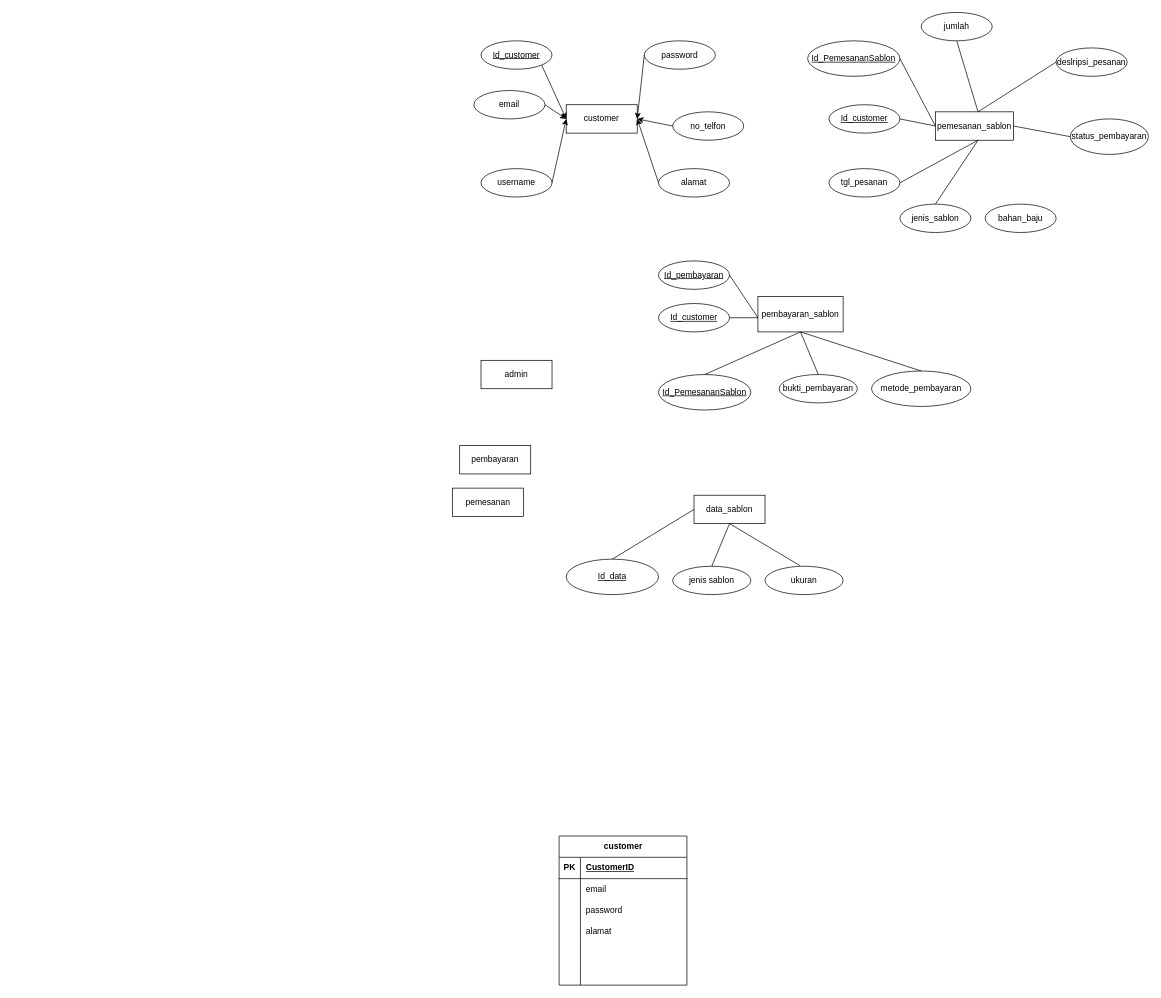
zzarr/SC keeps this draw.io diagram as ERD projek 1.drawio. Above is the earlier version. Source tidied: cells renumbered, new cells numbered last; positions are measured from the earlier drawing's top-left corner, leaving out a move shared by most shapes. Both pictures are drawn from the tidied source at 71%, with x=0, y=0 at pixel (452, 12).
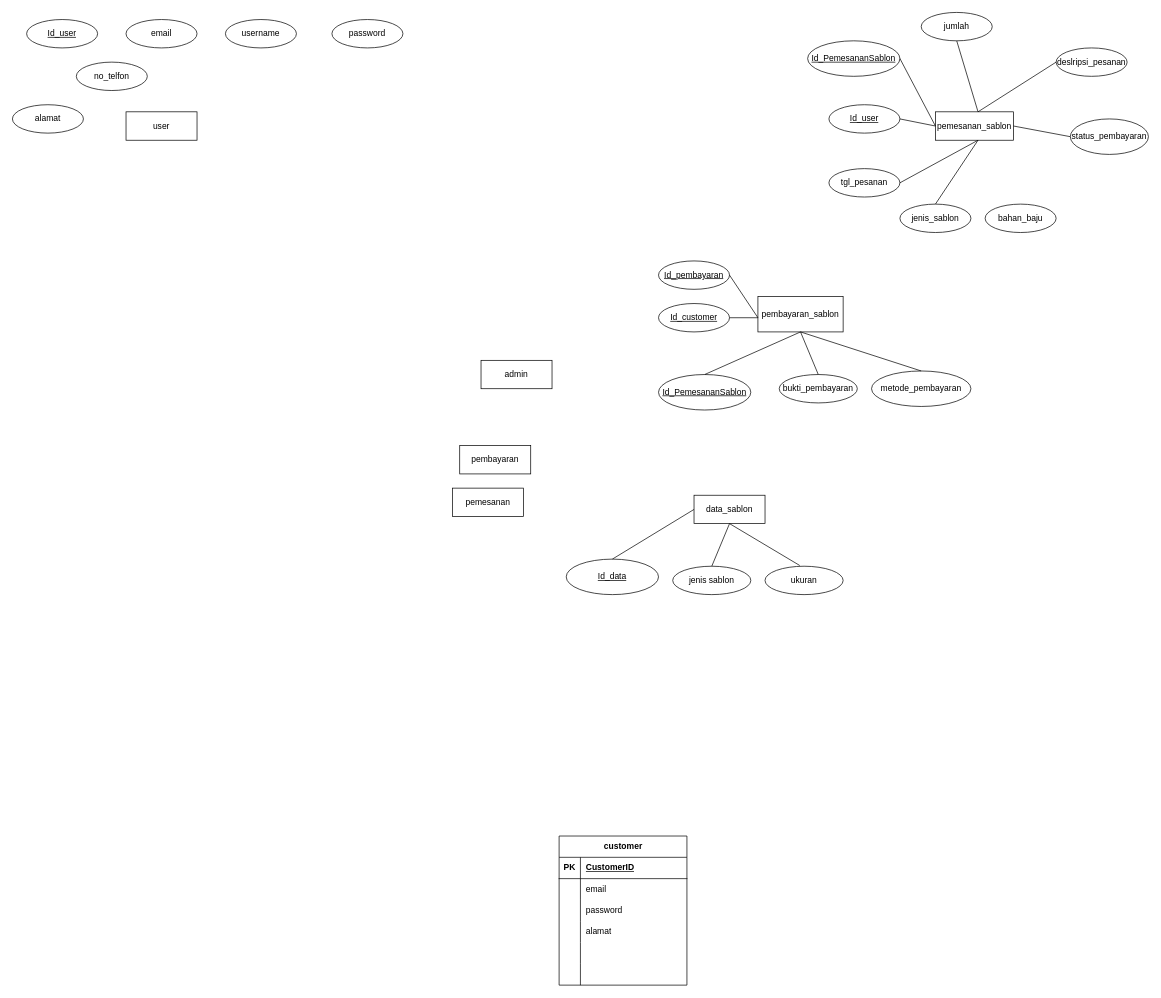
After the change.

What changed in the source:
```diff
@@
-    <mxCell id="2" value="customer&lt;br&gt;" style="whiteSpace=wrap;html=1;align=center;" parent="1" vertex="1">
-      <mxGeometry x="160" y="130" width="100" height="40" as="geometry" />
+    <mxCell id="2" value="user" style="whiteSpace=wrap;html=1;align=center;" parent="1" vertex="1">
+      <mxGeometry x="-460" y="140" width="100" height="40" as="geometry" />
     </mxCell>
@@
-    <mxCell id="28" style="rounded=0;jettySize=auto;html=1;exitX=1;exitY=1;exitDx=0;exitDy=0;entryX=0;entryY=0.5;entryDx=0;entryDy=0;" parent="1" edge="1" source="29" target="2">
-      <mxGeometry relative="1" as="geometry" />
-    </mxCell>
-    <mxCell id="29" value="Id_customer" style="ellipse;whiteSpace=wrap;html=1;align=center;fontStyle=4;" parent="1" vertex="1">
-      <mxGeometry x="40" y="40" width="100" height="40" as="geometry" />
+    <mxCell id="29" value="Id_user" style="ellipse;whiteSpace=wrap;html=1;align=center;fontStyle=4;" parent="1" vertex="1">
+      <mxGeometry x="-600" y="10" width="100" height="40" as="geometry" />
     </mxCell>
-    <mxCell id="30" style="rounded=0;jettySize=auto;html=1;exitX=1;exitY=0.5;exitDx=0;exitDy=0;entryX=0;entryY=0.5;entryDx=0;entryDy=0;" parent="1" edge="1" source="31" target="2">
-      <mxGeometry relative="1" as="geometry" />
-    </mxCell>
     <mxCell id="31" value="username" style="ellipse;whiteSpace=wrap;html=1;align=center;" parent="1" vertex="1">
-      <mxGeometry x="40" y="220" width="100" height="40" as="geometry" />
+      <mxGeometry x="-320" y="10" width="100" height="40" as="geometry" />
     </mxCell>
-    <mxCell id="32" style="rounded=0;jettySize=auto;html=1;exitX=1;exitY=0.5;exitDx=0;exitDy=0;entryX=0;entryY=0.5;entryDx=0;entryDy=0;" parent="1" edge="1" source="33" target="2">
-      <mxGeometry relative="1" as="geometry" />
-    </mxCell>
     <mxCell id="33" value="email" style="ellipse;whiteSpace=wrap;html=1;align=center;" parent="1" vertex="1">
-      <mxGeometry x="30" y="110" width="100" height="40" as="geometry" />
+      <mxGeometry x="-460" y="10" width="100" height="40" as="geometry" />
     </mxCell>
-    <mxCell id="34" style="rounded=0;jettySize=auto;html=1;exitX=0;exitY=0.5;exitDx=0;exitDy=0;entryX=1;entryY=0.5;entryDx=0;entryDy=0;" parent="1" edge="1" source="35" target="2">
-      <mxGeometry relative="1" as="geometry" />
-    </mxCell>
     <mxCell id="35" value="password" style="ellipse;whiteSpace=wrap;html=1;align=center;" parent="1" vertex="1">
-      <mxGeometry x="270" y="40" width="100" height="40" as="geometry" />
+      <mxGeometry x="-170" y="10" width="100" height="40" as="geometry" />
     </mxCell>
-    <mxCell id="36" style="rounded=0;jettySize=auto;html=1;exitX=0;exitY=0.5;exitDx=0;exitDy=0;entryX=1;entryY=0.5;entryDx=0;entryDy=0;" parent="1" edge="1" source="37" target="2">
-      <mxGeometry relative="1" as="geometry" />
-    </mxCell>
     <mxCell id="37" value="alamat" style="ellipse;whiteSpace=wrap;html=1;align=center;" parent="1" vertex="1">
-      <mxGeometry x="290" y="220" width="100" height="40" as="geometry" />
+      <mxGeometry x="-620" y="130" width="100" height="40" as="geometry" />
     </mxCell>
-    <mxCell id="38" style="rounded=0;jettySize=auto;html=1;exitX=0;exitY=0.5;exitDx=0;exitDy=0;" parent="1" edge="1" source="39">
-      <mxGeometry relative="1" as="geometry">
-        <mxPoint x="260" y="150" as="targetPoint" />
-      </mxGeometry>
-    </mxCell>
     <mxCell id="39" value="no_telfon" style="ellipse;whiteSpace=wrap;html=1;align=center;" parent="1" vertex="1">
-      <mxGeometry x="310" y="140" width="100" height="40" as="geometry" />
+      <mxGeometry x="-530" y="70" width="100" height="40" as="geometry" />
     </mxCell>
@@
-    <mxCell id="46" value="Id_customer" style="ellipse;whiteSpace=wrap;html=1;align=center;fontStyle=4;" parent="1" vertex="1">
+    <mxCell id="46" value="Id_user" style="ellipse;whiteSpace=wrap;html=1;align=center;fontStyle=4;" parent="1" vertex="1">
       <mxGeometry x="530" y="130" width="100" height="40" as="geometry" />
     </mxCell>
```
